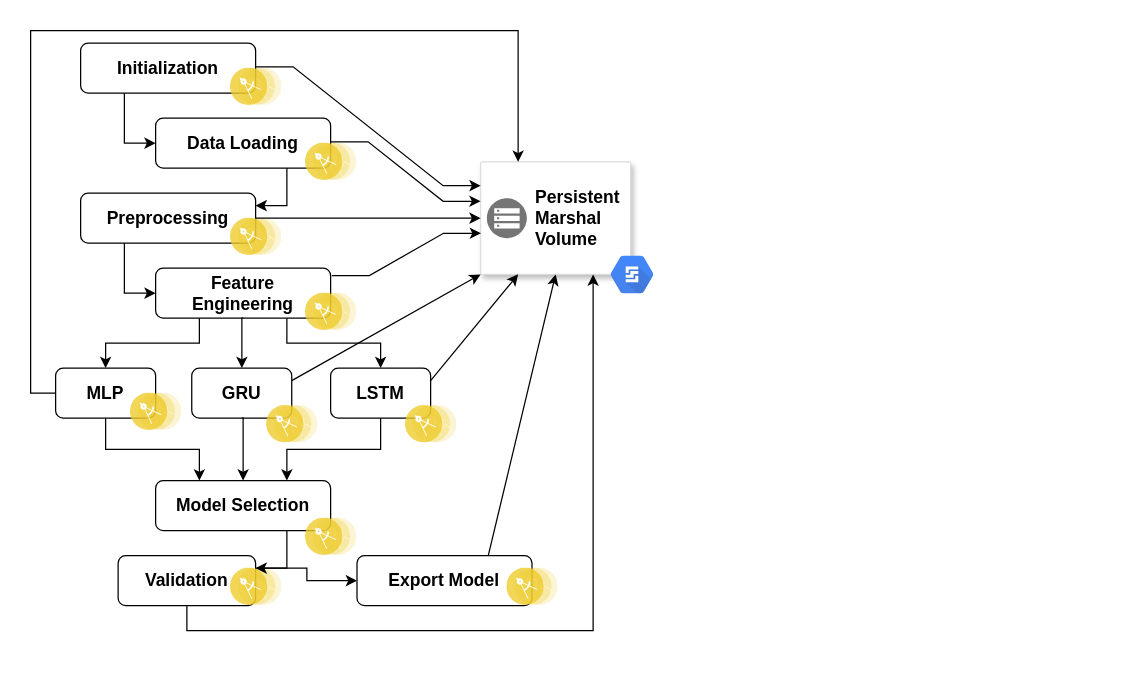
Above: april-deployment.drawio in deepaknadig/draw.io (draw.io), before the change. Source tidied: cells renumbered, new cells numbered last; positions are measured from the earlier drawing's top-left corner, leaving out a move shared by most shapes. Both pictures are drawn from the tidied source at 125%, with x=0, y=0 at pixel (30, 30).
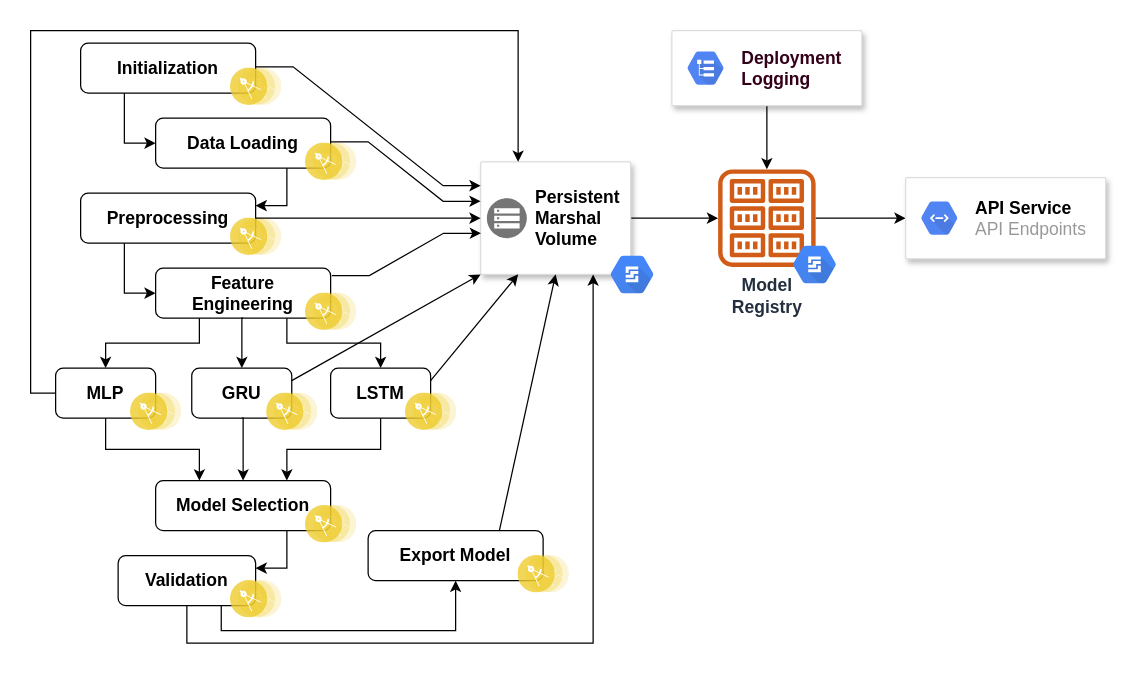
Above is the later version.

The change refers to these unchanged cells:
```xml
<mxCell id="2" style="group;" parent="1" vertex="1">
  <mxGeometry x="40" y="10" width="161.1" height="50" as="geometry" />
</mxCell>
<mxCell id="12" style="group;" parent="11" vertex="1">
  <mxGeometry x="-11.1" width="101.1" height="50" as="geometry" />
</mxCell>
<mxCell id="18" style="group;" parent="1" vertex="1">
  <mxGeometry x="240" y="280" width="101.1" height="50" as="geometry" />
</mxCell>
<mxCell id="24" style="group;" parent="1" vertex="1">
  <mxGeometry x="100" y="370" width="161.1" height="50" as="geometry" />
</mxCell>
<mxCell id="27" style="group;" parent="1" vertex="1">
  <mxGeometry x="40" y="410" width="161.1" height="50" as="geometry" />
</mxCell>
<mxCell id="28" value="&lt;font style=&quot;font-size: 14px&quot;&gt;&lt;b&gt;Validation&lt;/b&gt;&lt;/font&gt;" style="rounded=1;whiteSpace=wrap;html=1;" parent="27" vertex="1">
  <mxGeometry x="30" y="10" width="110" height="40" as="geometry" />
</mxCell>
<mxCell id="40" value="&lt;font style=&quot;font-size: 14px&quot;&gt;&lt;b&gt;Export Model&lt;/b&gt;&lt;/font&gt;" style="rounded=1;whiteSpace=wrap;html=1;" parent="39" vertex="1">
  <mxGeometry y="10" width="140" height="40" as="geometry" />
</mxCell>
<mxCell id="43" style="strokeColor=#dddddd;shadow=1;strokeWidth=1;rounded=1;absoluteArcSize=1;arcSize=2;" parent="1" vertex="1">
  <mxGeometry x="360" y="105" width="120" height="90" as="geometry" />
</mxCell>
```

Diff of the diagram source:
```diff
@@
-    <mxCell id="4" style="perimeter=ellipsePerimeter;html=1;align=center;shadow=0;dashed=0;fontColor=#4277BB;labelBackgroundColor=#ffffff;fontSize=12;spacingTop=3;image;image=img/lib/ibm/applications/microservice.svg;" parent="2" vertex="1">
+    <mxCell id="4" style="perimeter=ellipsePerimeter;html=1;align=center;shadow=0;dashed=0;fontColor=#4277BB;labelBackgroundColor=#ffffff;fontSize=12;spacingTop=3;image;image=img/lib/ibm/applications/microservice.svg;imageBackground=none;" parent="2" vertex="1">
       <mxGeometry x="120" y="20" width="41.1" height="30" as="geometry" />
     </mxCell>
@@
     <mxCell id="14" style="perimeter=ellipsePerimeter;html=1;align=center;shadow=0;dashed=0;fontColor=#4277BB;labelBackgroundColor=#ffffff;fontSize=12;spacingTop=3;image;image=img/lib/ibm/applications/microservice.svg;" parent="12" vertex="1">
-      <mxGeometry x="60" y="20" width="41.1" height="30" as="geometry" />
+      <mxGeometry x="60" y="10" width="41.1" height="30" as="geometry" />
     </mxCell>
@@
     <mxCell id="20" style="perimeter=ellipsePerimeter;html=1;align=center;shadow=0;dashed=0;fontColor=#4277BB;labelBackgroundColor=#ffffff;fontSize=12;spacingTop=3;image;image=img/lib/ibm/applications/microservice.svg;" parent="18" vertex="1">
-      <mxGeometry x="60" y="20" width="41.1" height="30" as="geometry" />
+      <mxGeometry x="60" y="10" width="41.1" height="30" as="geometry" />
     </mxCell>
@@
     <mxCell id="26" style="perimeter=ellipsePerimeter;html=1;align=center;shadow=0;dashed=0;fontColor=#4277BB;labelBackgroundColor=#ffffff;fontSize=12;spacingTop=3;image;image=img/lib/ibm/applications/microservice.svg;" parent="24" vertex="1">
-      <mxGeometry x="120" y="20" width="41.1" height="30" as="geometry" />
+      <mxGeometry x="120" y="10" width="41.1" height="30" as="geometry" />
     </mxCell>
@@
     <mxCell id="29" style="perimeter=ellipsePerimeter;html=1;align=center;shadow=0;dashed=0;fontColor=#4277BB;labelBackgroundColor=#ffffff;fontSize=12;spacingTop=3;image;image=img/lib/ibm/applications/microservice.svg;" parent="27" vertex="1">
-      <mxGeometry x="120" y="20" width="41.1" height="30" as="geometry" />
+      <mxGeometry x="120" y="30" width="41.1" height="30" as="geometry" />
     </mxCell>
@@
     <mxCell id="39" style="group;" parent="1" vertex="1">
-      <mxGeometry x="261.1" y="410" width="161.1" height="50" as="geometry" />
+      <mxGeometry x="270" y="390" width="161.1" height="50" as="geometry" />
     </mxCell>
@@
     <mxCell id="41" style="perimeter=ellipsePerimeter;html=1;align=center;shadow=0;dashed=0;fontColor=#4277BB;labelBackgroundColor=#ffffff;fontSize=12;spacingTop=3;image;image=img/lib/ibm/applications/microservice.svg;" parent="39" vertex="1">
-      <mxGeometry x="120" y="20" width="41.1" height="30" as="geometry" />
+      <mxGeometry x="120" y="30" width="41.1" height="30" as="geometry" />
     </mxCell>
-    <mxCell id="42" style="edgeStyle=elbowEdgeStyle;rounded=0;jettySize=auto;html=1;exitX=0.5;exitY=0;exitDx=0;exitDy=0;" parent="1" edge="1" source="29" target="40">
-      <mxGeometry relative="1" as="geometry" />
+    <mxCell id="42" style="edgeStyle=elbowEdgeStyle;rounded=0;jettySize=auto;html=1;exitX=0.75;exitY=1;exitDx=0;exitDy=0;entryX=0.5;entryY=1;entryDx=0;entryDy=0;" parent="1" edge="1" source="28" target="40">
+      <mxGeometry relative="1" as="geometry">
+        <Array as="points">
+          <mxPoint x="270" y="480" />
+          <mxPoint x="210" y="470" />
+          <mxPoint x="230" y="460" />
+          <mxPoint x="230" y="470" />
+          <mxPoint x="200" y="470" />
+        </Array>
+      </mxGeometry>
     </mxCell>
+    <mxCell id="56" style="edgeStyle=orthogonalEdgeStyle;rounded=0;jettySize=auto;html=1;" parent="1" edge="1" source="43" target="58">
+      <mxGeometry relative="1" as="geometry" />
+    </mxCell>
@@
     <mxCell id="54" style="edgeStyle=orthogonalEdgeStyle;rounded=0;jettySize=auto;html=1;entryX=0.75;entryY=1;entryDx=0;entryDy=0;exitX=0.5;exitY=1;exitDx=0;exitDy=0;" parent="1" edge="1" source="28" target="43">
-      <mxGeometry relative="1" as="geometry" />
+      <mxGeometry relative="1" as="geometry">
+        <Array as="points">
+          <mxPoint x="125" y="490" />
+          <mxPoint x="450" y="490" />
+        </Array>
+      </mxGeometry>
     </mxCell>
@@
+    <mxCell id="57" style="edgeStyle=orthogonalEdgeStyle;rounded=0;jettySize=auto;html=1;entryX=0;entryY=0.5;entryDx=0;entryDy=0;" parent="1" edge="1" source="58" target="63">
+      <mxGeometry relative="1" as="geometry" />
+    </mxCell>
+    <mxCell id="58" value="&lt;div style=&quot;font-size: 14px&quot;&gt;&lt;font style=&quot;font-size: 14px&quot;&gt;&lt;b&gt;Model&lt;/b&gt;&lt;/font&gt;&lt;/div&gt;&lt;div style=&quot;font-size: 14px&quot;&gt;&lt;font style=&quot;font-size: 14px&quot;&gt;&lt;b&gt;Registry&lt;br&gt;&lt;/b&gt;&lt;/font&gt;&lt;/div&gt;" style="outlineConnect=0;fontColor=#232F3E;gradientColor=none;fillColor=#D05C17;strokeColor=none;dashed=0;verticalLabelPosition=bottom;verticalAlign=top;align=center;html=1;fontSize=12;fontStyle=0;shape=mxgraph.aws4.registry;" parent="1" vertex="1">
+      <mxGeometry x="550" y="111" width="78" height="78" as="geometry" />
+    </mxCell>
+    <mxCell id="59" style="shape=mxgraph.gcp.storage_databases.persistent_disk;html=1;fillColor=#4387FD;gradientColor=#4683EA;strokeColor=none;verticalLabelPosition=bottom;verticalAlign=top;align=center;" parent="1" vertex="1">
+      <mxGeometry x="610" y="172" width="34.2" height="30" as="geometry" />
+    </mxCell>
+    <mxCell id="60" style="edgeStyle=orthogonalEdgeStyle;rounded=0;jettySize=auto;html=1;exitX=0.5;exitY=1;exitDx=0;exitDy=0;" parent="1" edge="1" source="61" target="58">
+      <mxGeometry relative="1" as="geometry" />
+    </mxCell>
+    <mxCell id="61" style="strokeColor=#dddddd;shadow=1;strokeWidth=1;rounded=1;absoluteArcSize=1;arcSize=2;" parent="1" vertex="1">
+      <mxGeometry x="513" width="152" height="60" as="geometry" />
+    </mxCell>
+    <mxCell id="62" value="&lt;div style=&quot;font-size: 14px&quot;&gt;&lt;font style=&quot;font-size: 14px&quot;&gt;&lt;b&gt;&lt;font style=&quot;font-size: 14px&quot; color=&quot;#33001A&quot;&gt;Deployment&lt;/font&gt;&lt;/b&gt;&lt;/font&gt;&lt;/div&gt;&lt;div style=&quot;font-size: 14px&quot;&gt;&lt;font style=&quot;font-size: 14px&quot;&gt;&lt;b&gt;&lt;font style=&quot;font-size: 14px&quot; color=&quot;#33001A&quot;&gt;Logging&lt;br&gt;&lt;/font&gt;&lt;/b&gt;&lt;/font&gt;&lt;/div&gt;" style="dashed=0;html=1;fillColor=#5184F3;strokeColor=none;shape=mxgraph.gcp2.hexIcon;prIcon=logging;labelPosition=right;verticalLabelPosition=middle;align=left;verticalAlign=middle;spacingLeft=5;fontColor=#999999;fontSize=12;" parent="61" vertex="1">
+      <mxGeometry y="0.5" width="44" height="39" relative="1" as="geometry">
+        <mxPoint x="5" y="-19.5" as="offset" />
+      </mxGeometry>
+    </mxCell>
+    <mxCell id="63" style="strokeColor=#dddddd;shadow=1;strokeWidth=1;rounded=1;absoluteArcSize=1;arcSize=2;" parent="1" vertex="1">
+      <mxGeometry x="700" y="117.5" width="160" height="65" as="geometry" />
+    </mxCell>
+    <mxCell id="64" value="&lt;b&gt;&lt;font style=&quot;font-size: 14px&quot; color=&quot;#000000&quot;&gt;API Service&lt;/font&gt;&lt;/b&gt;&lt;font style=&quot;font-size: 14px&quot;&gt;&lt;br&gt;API Endpoints&lt;/font&gt;" style="dashed=0;html=1;fillColor=#5184F3;strokeColor=none;shape=mxgraph.gcp2.hexIcon;prIcon=cloud_endpoints;labelPosition=right;verticalLabelPosition=middle;align=left;verticalAlign=middle;spacingLeft=5;fontColor=#999999;fontSize=12;" parent="63" vertex="1">
+      <mxGeometry y="0.5" width="44" height="39" relative="1" as="geometry">
+        <mxPoint x="5" y="-19.5" as="offset" />
+      </mxGeometry>
+    </mxCell>
```
